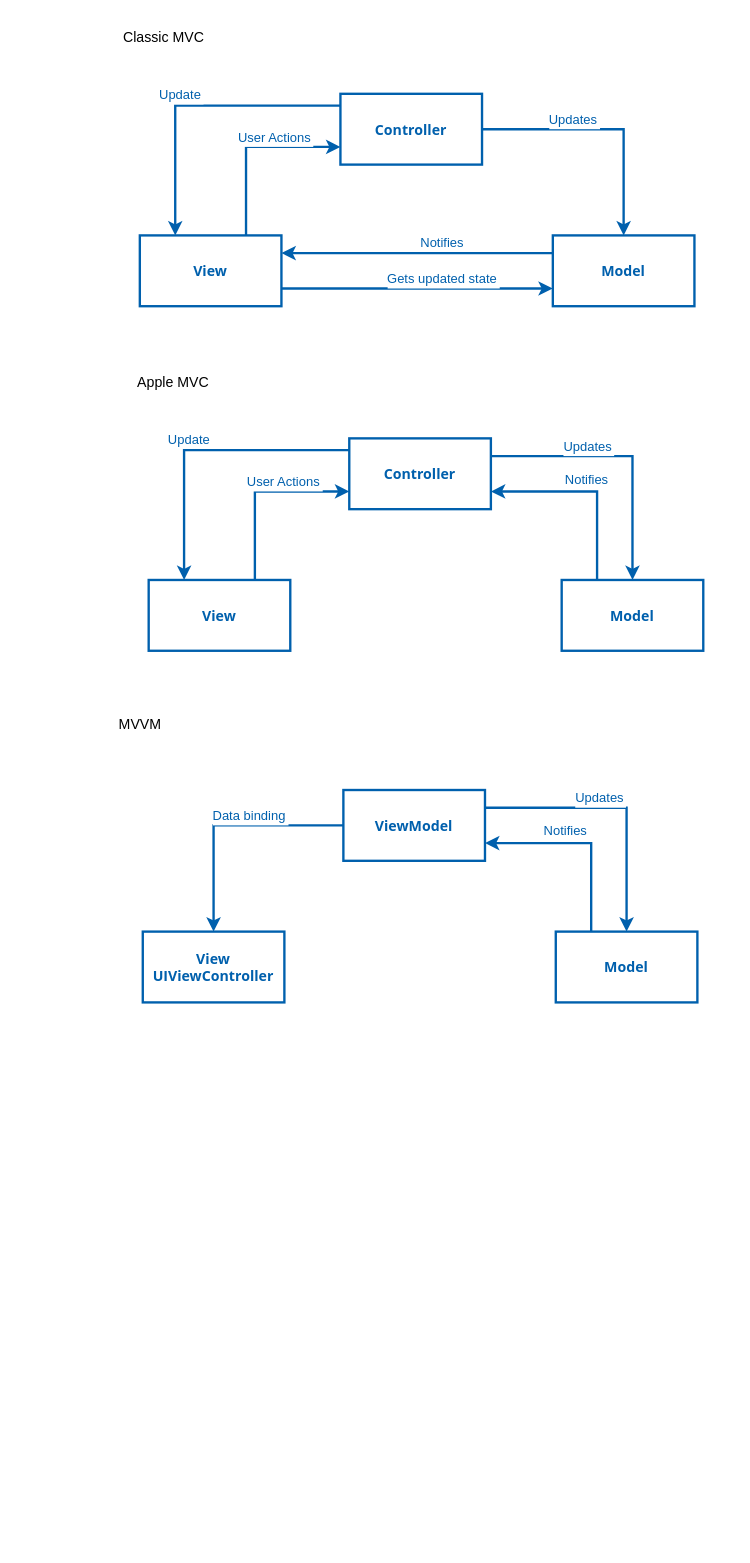
Earlier version of the draw.io diagram assets/drawings.drawio (artur-gurgul-pro/artur-gurgul-pro.github.io). Source tidied: cells renumbered, new cells numbered last; positions are measured from the earlier drawing's top-left corner, leaving out a move shared by most shapes. Both pictures are drawn from the tidied source at 118%, with x=0, y=0 at pixel (104, 20).
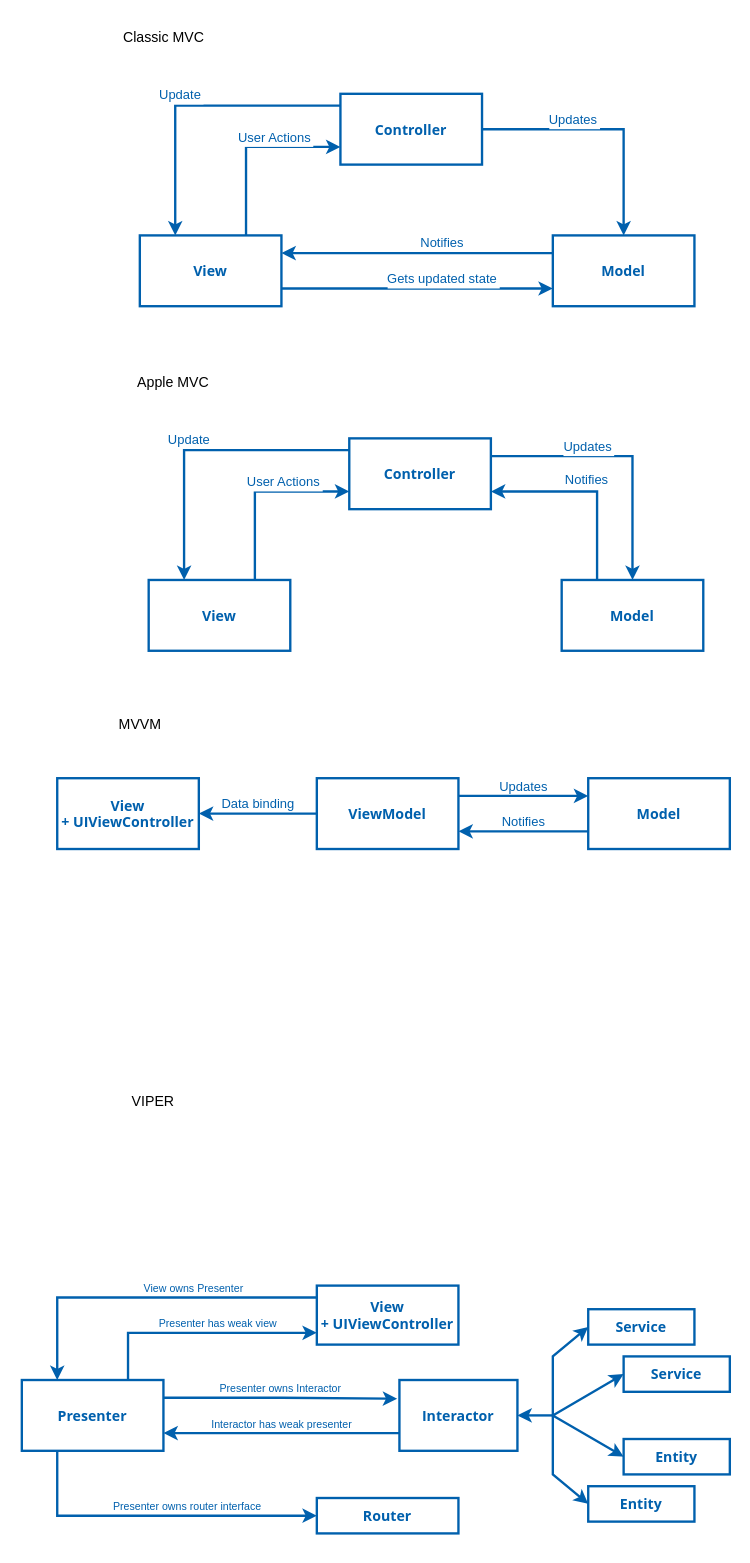
The same diagram, later.

What changed in the source:
```diff
@@
-    <mxCell id="28" style="edgeStyle=orthogonalEdgeStyle;rounded=0;jettySize=auto;entryX=0.5;entryY=0;entryDx=0;entryDy=0;fontColor=#0060ad;strokeColor=#0060ad;strokeWidth=2;fontStyle=1;align=center;labelPosition=center;verticalLabelPosition=middle;verticalAlign=middle;" parent="1" edge="1" source="32" target="33">
+    <mxCell id="28" style="edgeStyle=orthogonalEdgeStyle;rounded=0;jettySize=auto;fontColor=#0060ad;strokeColor=#0060ad;strokeWidth=2;fontStyle=1;align=center;labelPosition=center;verticalLabelPosition=middle;verticalAlign=middle;entryX=1;entryY=0.5;entryDx=0;entryDy=0;exitX=0;exitY=0.5;exitDx=0;exitDy=0;" parent="1" edge="1" source="32" target="33">
       <mxGeometry relative="1" as="geometry">
         <Array as="points">
-          <mxPoint x="93" y="682" />
+          <mxPoint x="90" y="672" />
+          <mxPoint x="90" y="672" />
         </Array>
       </mxGeometry>
     </mxCell>
-    <mxCell id="29" value="Data binding" style="edgeLabel;align=center;verticalAlign=bottom;fontColor=#0060AD;horizontal=1;labelPosition=center;verticalLabelPosition=middle;" parent="28" vertex="1">
-      <mxGeometry x="0.09" y="-1" relative="1" as="geometry">
-        <mxPoint x="29" y="1" as="offset" />
-      </mxGeometry>
+    <mxCell id="29" value="Data binding" style="edgeLabel;align=center;verticalAlign=bottom;fontColor=#0060AD;horizontal=1;labelPosition=center;verticalLabelPosition=middle;labelBackgroundColor=none;" parent="28" vertex="1">
+      <mxGeometry relative="1" as="geometry" />
     </mxCell>
-    <mxCell id="30" style="edgeStyle=orthogonalEdgeStyle;rounded=0;jettySize=auto;entryX=0.5;entryY=0;entryDx=0;entryDy=0;fontColor=#0060AD;fontStyle=1;strokeWidth=2;strokeColor=#0060AD;exitX=1;exitY=0.25;exitDx=0;exitDy=0;" parent="1" edge="1" source="32" target="36">
+    <mxCell id="30" style="edgeStyle=orthogonalEdgeStyle;rounded=0;jettySize=auto;entryX=0;entryY=0.25;entryDx=0;entryDy=0;fontColor=#0060AD;fontStyle=1;strokeWidth=2;strokeColor=#0060AD;exitX=1;exitY=0.25;exitDx=0;exitDy=0;" parent="1" edge="1" source="32" target="36">
       <mxGeometry relative="1" as="geometry" />
     </mxCell>
-    <mxCell id="31" value="Updates" style="edgeLabel;align=center;verticalAlign=bottom;fontColor=#0060AD;horizontal=1;labelPosition=center;verticalLabelPosition=middle;" parent="30" vertex="1">
-      <mxGeometry x="-0.27" relative="1" as="geometry">
-        <mxPoint x="15" as="offset" />
-      </mxGeometry>
+    <mxCell id="31" value="Updates" style="edgeLabel;align=center;verticalAlign=bottom;fontColor=#0060AD;horizontal=1;labelPosition=center;verticalLabelPosition=middle;labelBackgroundColor=none;" parent="30" vertex="1">
+      <mxGeometry relative="1" as="geometry" />
     </mxCell>
     <mxCell id="32" value="ViewModel" style="rounded=0;fillColor=none;fontFamily=Open Sans;fontColor=#0060ad;strokeColor=#0060ad;strokeWidth=2;fontStyle=1;" parent="1" vertex="1">
-      <mxGeometry x="202.5" y="652" width="120" height="60" as="geometry" />
+      <mxGeometry x="180" y="642" width="120" height="60" as="geometry" />
     </mxCell>
-    <mxCell id="33" value="View&#10;UIViewController" style="rounded=0;fontFamily=Open Sans;fillColor=none;fontColor=#0060ad;strokeColor=#0060ad;strokeWidth=2;fontStyle=1;" parent="1" vertex="1">
-      <mxGeometry x="32.5" y="772" width="120" height="60" as="geometry" />
+    <mxCell id="33" value="View&#10;+ UIViewController" style="rounded=0;fontFamily=Open Sans;fillColor=none;fontColor=#0060ad;strokeColor=#0060ad;strokeWidth=2;fontStyle=1;" parent="1" vertex="1">
+      <mxGeometry x="-40" y="642" width="120" height="60" as="geometry" />
     </mxCell>
-    <mxCell id="34" style="edgeStyle=orthogonalEdgeStyle;rounded=0;jettySize=auto;exitX=0.25;exitY=0;exitDx=0;exitDy=0;entryX=1;entryY=0.75;entryDx=0;entryDy=0;fontColor=#0060AD;fontStyle=1;strokeColor=#0060AD;strokeWidth=2;" parent="1" edge="1" source="36" target="32">
+    <mxCell id="34" style="edgeStyle=orthogonalEdgeStyle;rounded=0;jettySize=auto;entryX=1;entryY=0.75;entryDx=0;entryDy=0;fontColor=#0060AD;fontStyle=1;strokeColor=#0060AD;strokeWidth=2;exitX=0;exitY=0.75;exitDx=0;exitDy=0;" parent="1" edge="1" source="36" target="32">
       <mxGeometry relative="1" as="geometry" />
     </mxCell>
-    <mxCell id="35" value="Notifies" style="edgeLabel;align=center;verticalAlign=bottom;fontColor=#0060AD;horizontal=1;labelPosition=center;verticalLabelPosition=middle;spacingBottom=9;spacingLeft=-20;" parent="34" vertex="1">
-      <mxGeometry x="-0.18" y="-1" relative="1" as="geometry">
-        <mxPoint x="-13" as="offset" />
-      </mxGeometry>
+    <mxCell id="35" value="Notifies" style="edgeLabel;align=center;verticalAlign=bottom;fontColor=#0060AD;horizontal=1;labelPosition=center;verticalLabelPosition=middle;spacingBottom=0;spacingLeft=0;labelBackgroundColor=none;" parent="34" vertex="1">
+      <mxGeometry relative="1" as="geometry" />
     </mxCell>
     <mxCell id="36" value="Model" style="rounded=0;fontFamily=Open Sans;fillColor=none;fontColor=#0060ad;strokeColor=#0060ad;strokeWidth=2;fontStyle=1;" parent="1" vertex="1">
-      <mxGeometry x="382.5" y="772" width="120" height="60" as="geometry" />
+      <mxGeometry x="410" y="642" width="120" height="60" as="geometry" />
     </mxCell>
@@
+    <mxCell id="38" value="Router" style="rounded=0;fillColor=none;fontFamily=Open Sans;fontColor=#0060ad;strokeColor=#0060ad;strokeWidth=2;fontStyle=1;" parent="1" vertex="1">
+      <mxGeometry x="180" y="1252" width="120" height="30" as="geometry" />
+    </mxCell>
+    <mxCell id="39" value="View&#10;+ UIViewController" style="rounded=0;fontFamily=Open Sans;fillColor=none;fontColor=#0060ad;strokeColor=#0060ad;strokeWidth=2;fontStyle=1;" parent="1" vertex="1">
+      <mxGeometry x="180" y="1072" width="120" height="50" as="geometry" />
+    </mxCell>
+    <mxCell id="40" style="edgeStyle=orthogonalEdgeStyle;rounded=0;jettySize=auto;html=1;fontColor=#0060AD;strokeWidth=2;strokeColor=#0060AD;entryX=0;entryY=0.5;entryDx=0;entryDy=0;" parent="1" edge="1" target="38">
+      <mxGeometry relative="1" as="geometry">
+        <mxPoint x="-40" y="1212" as="sourcePoint" />
+        <Array as="points">
+          <mxPoint x="-40" y="1267" />
+        </Array>
+      </mxGeometry>
+    </mxCell>
+    <mxCell id="41" value="Presenter owns router interface" style="edgeLabel;align=center;verticalAlign=bottom;fontFamily=Helvetica;fontColor=#0060AD;fontSize=9;rotation=0;labelBackgroundColor=none;" parent="40" vertex="1">
+      <mxGeometry x="0.28" relative="1" as="geometry">
+        <mxPoint x="-11" as="offset" />
+      </mxGeometry>
+    </mxCell>
+    <mxCell id="42" style="edgeStyle=orthogonalEdgeStyle;rounded=0;jettySize=auto;html=1;fontColor=#0060AD;strokeWidth=2;strokeColor=#0060AD;exitX=0.75;exitY=0;exitDx=0;exitDy=0;" parent="1" edge="1" source="44">
+      <mxGeometry relative="1" as="geometry">
+        <mxPoint x="180" y="1112" as="targetPoint" />
+        <Array as="points">
+          <mxPoint x="20" y="1112" />
+        </Array>
+      </mxGeometry>
+    </mxCell>
+    <mxCell id="43" value="Presenter has weak view" style="edgeLabel;align=center;verticalAlign=bottom;fontFamily=Helvetica;fontColor=#0060AD;fontSize=9;rotation=0;labelBackgroundColor=none;" parent="42" vertex="1">
+      <mxGeometry x="0.16" relative="1" as="geometry" />
+    </mxCell>
+    <mxCell id="44" value="Presenter" style="rounded=0;fontFamily=Open Sans;fillColor=none;fontColor=#0060ad;strokeColor=#0060ad;strokeWidth=2;fontStyle=1;" parent="1" vertex="1">
+      <mxGeometry x="-70" y="1152" width="120" height="60" as="geometry" />
+    </mxCell>
+    <mxCell id="45" value="VIPER" style="text;html=1;align=center;verticalAlign=middle;strokeColor=none;fillColor=none;" parent="1" vertex="1">
+      <mxGeometry x="11.2" y="901" width="60" height="30" as="geometry" />
+    </mxCell>
+    <mxCell id="46" style="edgeStyle=orthogonalEdgeStyle;rounded=0;jettySize=auto;html=1;exitX=0;exitY=0.75;exitDx=0;exitDy=0;entryX=1;entryY=0.75;entryDx=0;entryDy=0;fontColor=#0060AD;strokeWidth=2;strokeColor=#0060AD;" parent="1" edge="1" source="48" target="44">
+      <mxGeometry relative="1" as="geometry" />
+    </mxCell>
+    <mxCell id="47" value="Interactor has weak presenter" style="edgeLabel;align=center;verticalAlign=bottom;fontFamily=Helvetica;fontColor=#0060AD;fontSize=9;labelBackgroundColor=none;" parent="46" vertex="1">
+      <mxGeometry relative="1" as="geometry" />
+    </mxCell>
+    <mxCell id="48" value="Interactor" style="rounded=0;fontFamily=Open Sans;fillColor=none;fontColor=#0060ad;strokeColor=#0060ad;strokeWidth=2;fontStyle=1;" parent="1" vertex="1">
+      <mxGeometry x="250" y="1152" width="100" height="60" as="geometry" />
+    </mxCell>
+    <mxCell id="49" value="Service" style="rounded=0;fontFamily=Open Sans;fillColor=none;fontColor=#0060ad;strokeColor=#0060ad;strokeWidth=2;fontStyle=1;" parent="1" vertex="1">
+      <mxGeometry x="410" y="1092" width="90" height="30" as="geometry" />
+    </mxCell>
+    <mxCell id="50" value="Service" style="rounded=0;fontFamily=Open Sans;fillColor=none;fontColor=#0060ad;strokeColor=#0060ad;strokeWidth=2;fontStyle=1;" parent="1" vertex="1">
+      <mxGeometry x="440" y="1132" width="90" height="30" as="geometry" />
+    </mxCell>
+    <mxCell id="51" value="Entity" style="rounded=0;fontFamily=Open Sans;fillColor=none;fontColor=#0060ad;strokeColor=#0060ad;strokeWidth=2;fontStyle=1;" parent="1" vertex="1">
+      <mxGeometry x="440" y="1202" width="90" height="30" as="geometry" />
+    </mxCell>
+    <mxCell id="52" value="Entity" style="rounded=0;fontFamily=Open Sans;fillColor=none;fontColor=#0060ad;strokeColor=#0060ad;strokeWidth=2;fontStyle=1;" parent="1" vertex="1">
+      <mxGeometry x="410" y="1242" width="90" height="30" as="geometry" />
+    </mxCell>
+    <mxCell id="53" style="endArrow=classic;startArrow=classic;html=1;rounded=0;exitX=0;exitY=0.5;exitDx=0;exitDy=0;entryX=0;entryY=0.5;entryDx=0;entryDy=0;fontColor=#0060AD;strokeWidth=2;strokeColor=#0060AD;" parent="1" edge="1" source="49" target="52">
+      <mxGeometry relative="1" as="geometry">
+        <Array as="points">
+          <mxPoint x="380" y="1132" />
+          <mxPoint x="380" y="1182" />
+          <mxPoint x="380" y="1232" />
+        </Array>
+      </mxGeometry>
+    </mxCell>
+    <mxCell id="54" style="endArrow=classic;startArrow=classic;html=1;rounded=0;exitX=0;exitY=0.5;exitDx=0;exitDy=0;entryX=0;entryY=0.5;entryDx=0;entryDy=0;fontColor=#0060AD;strokeWidth=2;strokeColor=#0060AD;" parent="1" edge="1" source="50" target="51">
+      <mxGeometry relative="1" as="geometry">
+        <Array as="points">
+          <mxPoint x="380" y="1182" />
+        </Array>
+      </mxGeometry>
+    </mxCell>
+    <mxCell id="55" style="endArrow=classic;html=1;rounded=0;entryX=1;entryY=0.5;entryDx=0;entryDy=0;fontColor=#0060AD;strokeWidth=2;strokeColor=#0060AD;" parent="1" edge="1" target="48">
+      <mxGeometry relative="1" as="geometry">
+        <mxPoint x="380" y="1182" as="sourcePoint" />
+      </mxGeometry>
+    </mxCell>
+    <mxCell id="56" style="edgeStyle=orthogonalEdgeStyle;rounded=0;jettySize=auto;html=1;exitX=-0.005;exitY=0.202;exitDx=0;exitDy=0;fontColor=#0060AD;strokeWidth=2;strokeColor=#0060AD;exitPerimeter=0;entryX=0.25;entryY=0;entryDx=0;entryDy=0;" parent="1" edge="1" source="39" target="44">
+      <mxGeometry relative="1" as="geometry">
+        <Array as="points">
+          <mxPoint x="-40" y="1082" />
+        </Array>
+      </mxGeometry>
+    </mxCell>
+    <mxCell id="57" value="View owns Presenter" style="edgeLabel;align=center;verticalAlign=bottom;fontFamily=Helvetica;fontColor=#0060AD;fontSize=9;rotation=0;labelBackgroundColor=none;" parent="56" vertex="1">
+      <mxGeometry x="-0.28" relative="1" as="geometry" />
+    </mxCell>
+    <mxCell id="58" style="edgeStyle=orthogonalEdgeStyle;rounded=0;jettySize=auto;html=1;exitX=1;exitY=0.25;exitDx=0;exitDy=0;entryX=-0.019;entryY=0.264;entryDx=0;entryDy=0;entryPerimeter=0;fontColor=#0060AD;strokeWidth=2;strokeColor=#0060AD;" parent="1" edge="1" source="44" target="48">
+      <mxGeometry relative="1" as="geometry" />
+    </mxCell>
+    <mxCell id="59" value="Presenter owns Interactor" style="edgeLabel;align=center;verticalAlign=bottom;fontFamily=Helvetica;fontColor=#0060AD;fontSize=9;labelBackgroundColor=none;" parent="58" vertex="1">
+      <mxGeometry relative="1" as="geometry" />
+    </mxCell>
+    <mxCell id="60" style="edgeStyle=orthogonalEdgeStyle;rounded=0;orthogonalLoop=1;jettySize=auto;html=1;exitX=0.5;exitY=1;exitDx=0;exitDy=0;" parent="1" edge="1" source="38" target="38">
+      <mxGeometry relative="1" as="geometry" />
+    </mxCell>
```
